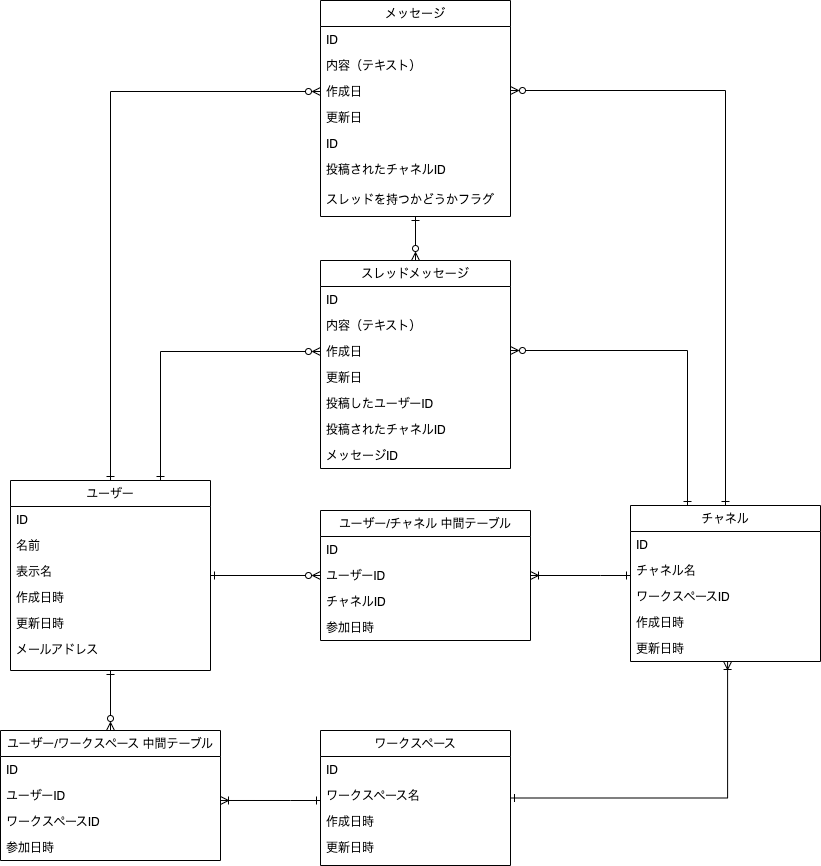
Above: db/db-modeling-2/DB2 Diagram.drawio.png in yuikoito/PrAhaChallenge (draw.io), before the change. Source tidied: cells renumbered, new cells last; positions are measured from the earlier drawing's top-left corner, leaving out a move shared by most shapes.
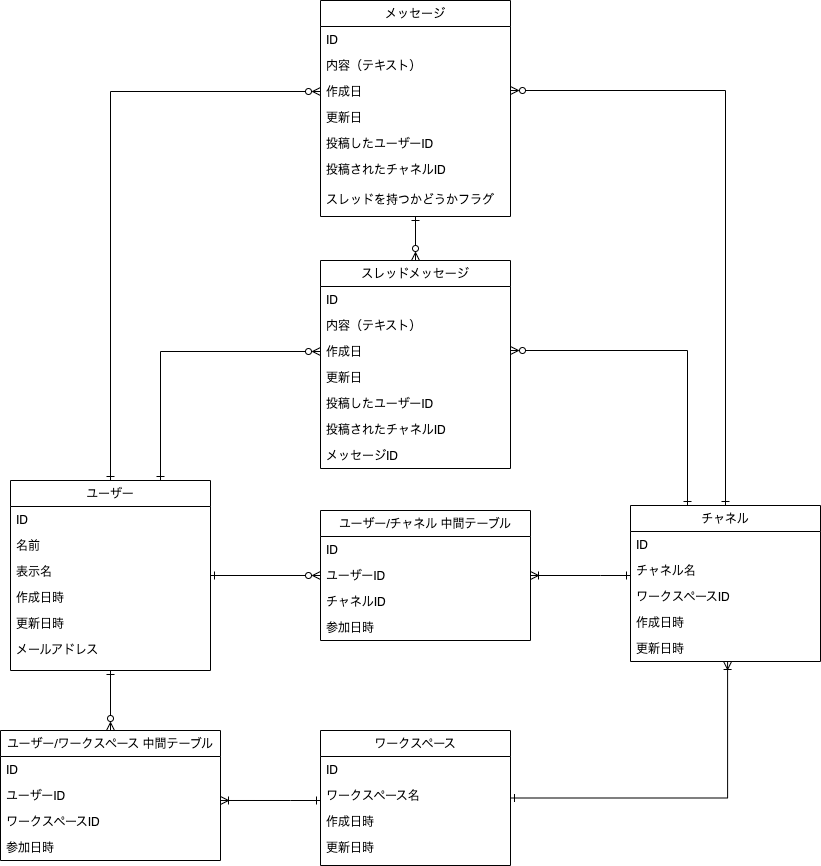
The same diagram one commit later.

Change to the diagram source:
```diff
@@ -60,7 +60,7 @@
     <mxCell id="19" value="更新日&#10;" style="text;align=left;verticalAlign=top;spacingLeft=4;spacingRight=4;overflow=hidden;rounded=0;shadow=0;html=0;" parent="15" vertex="1">
       <mxGeometry y="104" width="190" height="26" as="geometry" />
     </mxCell>
-    <mxCell id="20" value="ID" style="text;align=left;verticalAlign=top;spacingLeft=4;spacingRight=4;overflow=hidden;" parent="15" vertex="1">
+    <mxCell id="20" value="投稿したユーザーID" style="text;align=left;verticalAlign=top;spacingLeft=4;spacingRight=4;overflow=hidden;" parent="15" vertex="1">
       <mxGeometry y="130" width="190" height="26" as="geometry" />
     </mxCell>
     <mxCell id="21" value="投稿されたチャネルID" style="text;align=left;verticalAlign=top;spacingLeft=4;spacingRight=4;overflow=hidden;" parent="15" vertex="1">
```
